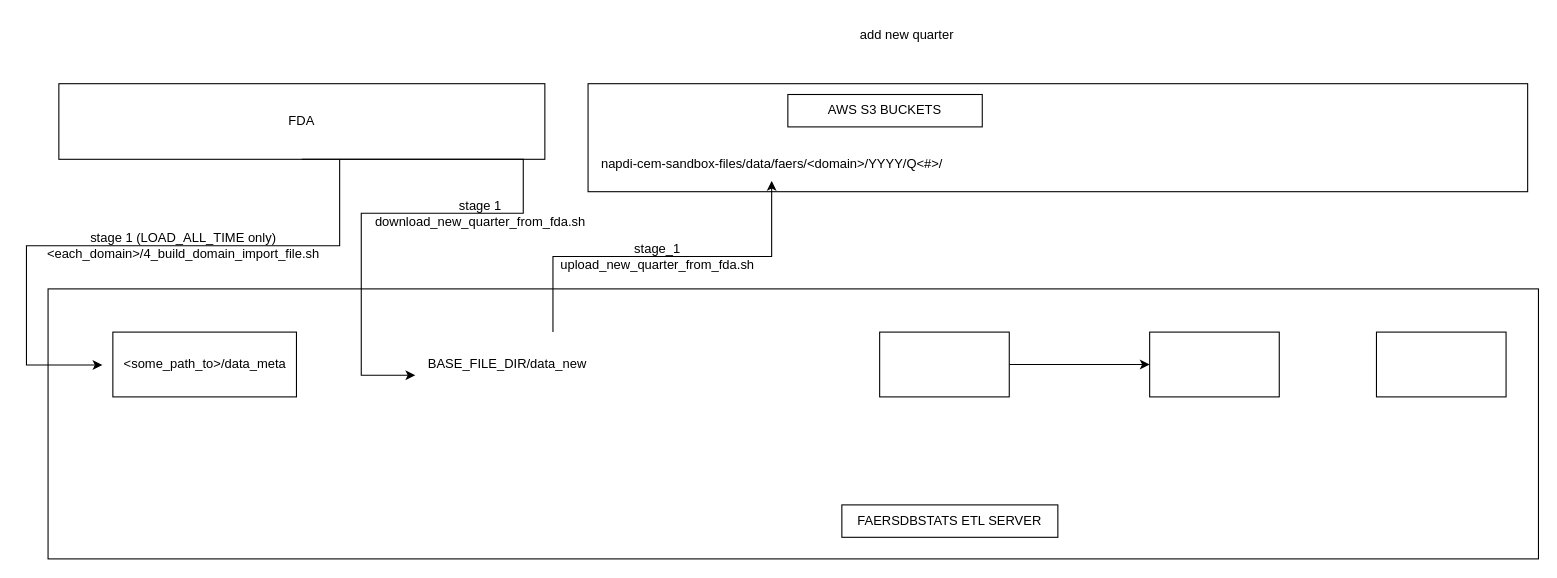
Above: documentation/data_flow_diagram.drawio in dbmi-pitt/faersdbstats (draw.io), before the change. Source tidied: cells renumbered, new cells numbered last; positions are measured from the earlier drawing's top-left corner, leaving out a move shared by most shapes. Both pictures are drawn from the tidied source at 108%, with x=0, y=0 at pixel (26, 18).
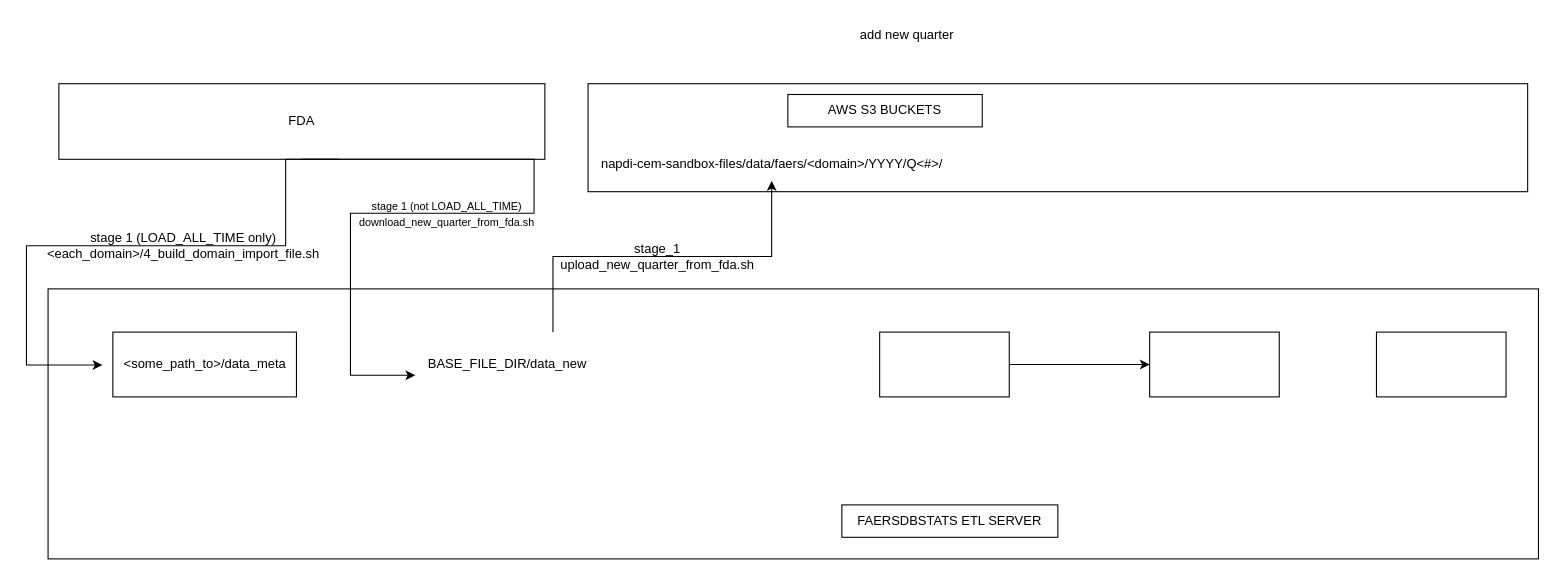
The same page after the edit.

Commit message:
use case logic

Unchanged cells that the change refers to:
```xml
<mxCell id="3" value="FDA" style="rounded=0;whiteSpace=wrap;html=1;" parent="1" vertex="1">
  <mxGeometry x="30" y="60" width="450" height="70" as="geometry" />
</mxCell>
<mxCell id="14" value="BASE_FILE_DIR/data_new" style="text;html=1;align=center;verticalAlign=middle;points=[];strokeColor=none;fillColor=none;" parent="1" vertex="1">
  <mxGeometry x="360" y="305" width="170" height="30" as="geometry" />
</mxCell>
```

What changed in the source:
```diff
@@
     <mxCell id="11" style="edgeStyle=orthogonalEdgeStyle;rounded=0;jettySize=auto;html=1;exitX=0.5;exitY=1;exitDx=0;exitDy=0;" parent="1" edge="1" source="3" target="14">
       <mxGeometry relative="1" as="geometry">
         <Array as="points">
-          <mxPoint x="460" y="130" />
-          <mxPoint x="460" y="180" />
-          <mxPoint x="310" y="180" />
-          <mxPoint x="310" y="330" />
+          <mxPoint x="470" y="130" />
+          <mxPoint x="470" y="180" />
+          <mxPoint x="300" y="180" />
+          <mxPoint x="300" y="330" />
         </Array>
       </mxGeometry>
     </mxCell>
@@
-    <mxCell id="13" value="stage 1&lt;br&gt;download_new_quarter_from_fda.sh" style="text;html=1;align=center;verticalAlign=middle;strokeColor=none;fillColor=none;" parent="1" vertex="1">
-      <mxGeometry x="310" y="160" width="220" height="40" as="geometry" />
+    <mxCell id="13" value="&lt;font style=&quot;font-size: 10px;&quot;&gt;stage 1 (not LOAD_ALL_TIME)&lt;/font&gt;&lt;div&gt;&lt;font style=&quot;font-size: 10px;&quot;&gt;download_new_quarter_from_fda.sh&lt;/font&gt;&lt;/div&gt;" style="text;html=1;align=center;verticalAlign=middle;strokeColor=none;fillColor=none;" parent="1" vertex="1">
+      <mxGeometry x="294" y="160" width="190" height="40" as="geometry" />
     </mxCell>
@@
     <mxCell id="21" style="edgeStyle=orthogonalEdgeStyle;rounded=0;orthogonalLoop=1;jettySize=auto;html=1;entryX=0.002;entryY=0.516;entryDx=0;entryDy=0;entryPerimeter=0;" parent="1" edge="1">
       <mxGeometry relative="1" as="geometry">
         <mxPoint x="290" y="130" as="sourcePoint" />
         <mxPoint x="70.3" y="320.5" as="targetPoint" />
         <Array as="points">
-          <mxPoint x="290" y="210" />
+          <mxPoint x="240" y="130" />
+          <mxPoint x="240" y="210" />
           <mxPoint y="210" />
           <mxPoint y="320" />
         </Array>
       </mxGeometry>
     </mxCell>
```
